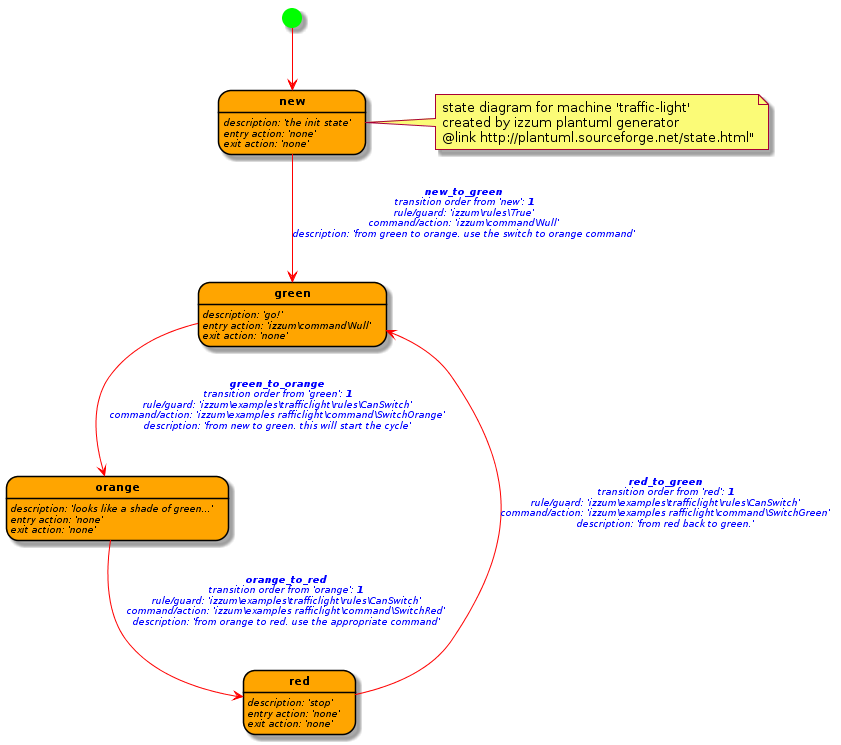
Above: assets/images/state-diagram-plantuml-traffic-light.png in rolfvreijdenberger/izzum-statemachine (PlantUML), before the change. Its diagram source:
```plantuml
@startuml
skinparam state {
    FontColor  black
    FontSize 11
    FontStyle bold
    BackgroundColor  orange
    BorderColor black
    ArrowColor red
    StartColor lime
    EndColor black

}
skinparam stateArrow {
    FontColor  blue
    FontSize 9
    FontStyle italic
}
skinparam stateAttribute {
    FontColor  black
    FontSize 9
    FontStyle italic
}
state "new" as New
New: description: 'the init state'
New: entry action: 'none'
New: exit action: 'none'
state "green" as Green
Green: description: 'go!'
Green: entry action: 'izzum\command\Null'
Green: exit action: 'none'
New --> Green : <b><size:10>new_to_green</size></b>\ntransition order from 'new': <b>1</b>\nrule/guard: 'izzum\\rules\\True'\ncommand/action: 'izzum\command\Null'\ndescription: 'from green to orange. use the switch to orange command'\n
state "orange" as Orange
Orange: description: 'looks like a shade of green...'
Orange: entry action: 'none'
Orange: exit action: 'none'
Green --> Orange : <b><size:10>green_to_orange</size></b>\ntransition order from 'green': <b>1</b>\nrule/guard: 'izzum\\examples\\trafficlight\\rules\\CanSwitch'\ncommand/action: 'izzum\examples\trafficlight\command\SwitchOrange'\ndescription: 'from new to green. this will start the cycle'\n
state "red" as Red
Red: description: 'stop'
Red: entry action: 'none'
Red: exit action: 'none'
Orange --> Red : <b><size:10>orange_to_red</size></b>\ntransition order from 'orange': <b>1</b>\nrule/guard: 'izzum\\examples\\trafficlight\\rules\\CanSwitch'\ncommand/action: 'izzum\examples\trafficlight\command\SwitchRed'\ndescription: 'from orange to red. use the appropriate command'\n
Red --> Green : <b><size:10>red_to_green</size></b>\ntransition order from 'red': <b>1</b>\nrule/guard: 'izzum\\examples\\trafficlight\\rules\\CanSwitch'\ncommand/action: 'izzum\examples\trafficlight\command\SwitchGreen'\ndescription: 'from red back to green.'\n
[*] --> New
note right of New
state diagram for machine 'traffic-light'
created by izzum plantuml generator
@link http://plantuml.sourceforge.net/state.html"
end note
@enduml
```
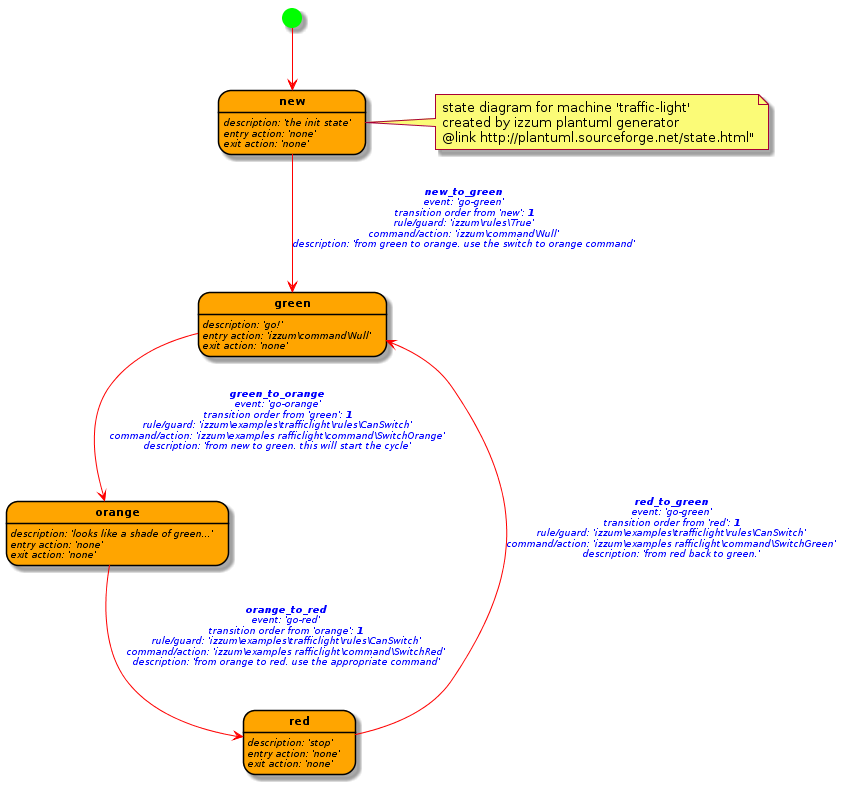
The same file after the commit.

Diff of the diagram source:
```diff
@@ -28,18 +28,18 @@
 Green: description: 'go!'
 Green: entry action: 'izzum\command\Null'
 Green: exit action: 'none'
-New --> Green : <b><size:10>new_to_green</size></b>\ntransition order from 'new': <b>1</b>\nrule/guard: 'izzum\\rules\\True'\ncommand/action: 'izzum\command\Null'\ndescription: 'from green to orange. use the switch to orange command'\n
+New --> Green : <b><size:10>new_to_green</size></b>\nevent: 'go-green'\ntransition order from 'new': <b>1</b>\nrule/guard: 'izzum\\rules\\True'\ncommand/action: 'izzum\command\Null'\ndescription: 'from green to orange. use the switch to orange command'\n
 state "orange" as Orange
 Orange: description: 'looks like a shade of green...'
 Orange: entry action: 'none'
 Orange: exit action: 'none'
-Green --> Orange : <b><size:10>green_to_orange</size></b>\ntransition order from 'green': <b>1</b>\nrule/guard: 'izzum\\examples\\trafficlight\\rules\\CanSwitch'\ncommand/action: 'izzum\examples\trafficlight\command\SwitchOrange'\ndescription: 'from new to green. this will start the cycle'\n
+Green --> Orange : <b><size:10>green_to_orange</size></b>\nevent: 'go-orange'\ntransition order from 'green': <b>1</b>\nrule/guard: 'izzum\\examples\\trafficlight\\rules\\CanSwitch'\ncommand/action: 'izzum\examples\trafficlight\command\SwitchOrange'\ndescription: 'from new to green. this will start the cycle'\n
 state "red" as Red
 Red: description: 'stop'
 Red: entry action: 'none'
 Red: exit action: 'none'
-Orange --> Red : <b><size:10>orange_to_red</size></b>\ntransition order from 'orange': <b>1</b>\nrule/guard: 'izzum\\examples\\trafficlight\\rules\\CanSwitch'\ncommand/action: 'izzum\examples\trafficlight\command\SwitchRed'\ndescription: 'from orange to red. use the appropriate command'\n
-Red --> Green : <b><size:10>red_to_green</size></b>\ntransition order from 'red': <b>1</b>\nrule/guard: 'izzum\\examples\\trafficlight\\rules\\CanSwitch'\ncommand/action: 'izzum\examples\trafficlight\command\SwitchGreen'\ndescription: 'from red back to green.'\n
+Orange --> Red : <b><size:10>orange_to_red</size></b>\nevent: 'go-red'\ntransition order from 'orange': <b>1</b>\nrule/guard: 'izzum\\examples\\trafficlight\\rules\\CanSwitch'\ncommand/action: 'izzum\examples\trafficlight\command\SwitchRed'\ndescription: 'from orange to red. use the appropriate command'\n
+Red --> Green : <b><size:10>red_to_green</size></b>\nevent: 'go-green'\ntransition order from 'red': <b>1</b>\nrule/guard: 'izzum\\examples\\trafficlight\\rules\\CanSwitch'\ncommand/action: 'izzum\examples\trafficlight\command\SwitchGreen'\ndescription: 'from red back to green.'\n
 [*] --> New
 note right of New
 state diagram for machine 'traffic-light'
```
